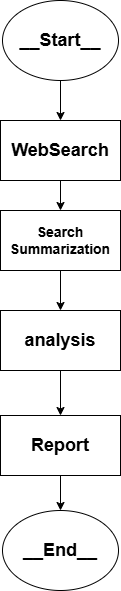
bjh3311/AI-MiniProject keeps this draw.io diagram as GraphDiagram.png. Above is the earlier version. Source tidied: cells renumbered, new cells last; positions are measured from the earlier drawing's top-left corner, leaving out a move shared by most shapes.
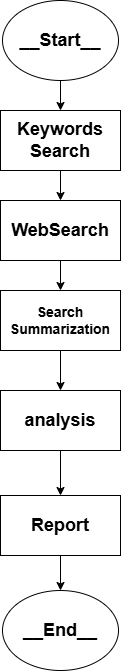
Later version of the same file.

Change to the diagram source:
```diff
@@ -3,11 +3,11 @@
     <mxCell id="0" />
     <mxCell id="1" parent="0" />
     <mxCell id="2" value="&lt;font style=&quot;font-size: 18px;&quot;&gt;&lt;b&gt;__Start__&lt;/b&gt;&lt;/font&gt;" style="ellipse;whiteSpace=wrap;html=1;" parent="1" vertex="1">
-      <mxGeometry x="2" width="116" height="80" as="geometry" />
+      <mxGeometry x="2" y="-80" width="116" height="80" as="geometry" />
     </mxCell>
-    <mxCell id="3" style="endArrow=classic;html=1;rounded=0;exitX=0.5;exitY=1;exitDx=0;exitDy=0;entryX=0.5;entryY=0;entryDx=0;entryDy=0;" parent="1" edge="1" source="2" target="5">
-      <mxGeometry relative="1" as="geometry" />
-    </mxCell>
+    <mxCell id="13" style="endArrow=classic;html=1;rounded=0;entryX=0.5;entryY=0;entryDx=0;entryDy=0;exitX=0.5;exitY=1;exitDx=0;exitDy=0;" parent="1" edge="1" source="15" target="5">
+      <mxGeometry relative="1" as="geometry" />
+    </mxCell>
     <mxCell id="4" style="edgeStyle=orthogonalEdgeStyle;rounded=0;jettySize=auto;html=1;" parent="1" edge="1" source="5" target="6">
       <mxGeometry relative="1" as="geometry" />
     </mxCell>
@@ -23,11 +23,11 @@
     <mxCell id="8" style="endArrow=classic;html=1;rounded=0;exitX=0.5;exitY=1;exitDx=0;exitDy=0;entryX=0.5;entryY=0;entryDx=0;entryDy=0;" parent="1" edge="1" source="6" target="7">
       <mxGeometry relative="1" as="geometry" />
     </mxCell>
-    <mxCell id="9" style="endArrow=classic;html=1;rounded=0;exitX=0.5;exitY=1;exitDx=0;exitDy=0;entryX=0.5;entryY=0;entryDx=0;entryDy=0;" parent="1" edge="1" source="7">
-      <mxGeometry relative="1" as="geometry">
-        <mxPoint x="60" y="415" as="targetPoint" />
-      </mxGeometry>
-    </mxCell>
+    <mxCell id="14" style="endArrow=classic;html=1;rounded=0;exitX=0.5;exitY=1;exitDx=0;exitDy=0;entryX=0.5;entryY=0;entryDx=0;entryDy=0;" parent="1" edge="1" source="7">
+      <mxGeometry relative="1" as="geometry">
+        <mxPoint x="60" y="415" as="targetPoint" />
+      </mxGeometry>
+    </mxCell>
     <mxCell id="10" value="&lt;b style=&quot;&quot;&gt;&lt;font style=&quot;font-size: 18px;&quot;&gt;Report&lt;/font&gt;&lt;/b&gt;" style="rounded=0;whiteSpace=wrap;html=1;" parent="1" vertex="1">
       <mxGeometry y="415" width="120" height="60" as="geometry" />
     </mxCell>
@@ -37,5 +37,11 @@
     <mxCell id="12" style="endArrow=classic;html=1;rounded=0;exitX=0.5;exitY=1;exitDx=0;exitDy=0;entryX=0.5;entryY=0;entryDx=0;entryDy=0;" parent="1" edge="1" source="10" target="11">
       <mxGeometry relative="1" as="geometry" />
     </mxCell>
+    <mxCell id="15" value="&lt;font style=&quot;font-size: 18px;&quot;&gt;&lt;b&gt;Keywords&lt;br&gt;Search&lt;/b&gt;&lt;/font&gt;" style="rounded=0;whiteSpace=wrap;html=1;" parent="1" vertex="1">
+      <mxGeometry y="30" width="120" height="60" as="geometry" />
+    </mxCell>
+    <mxCell id="16" style="endArrow=classic;html=1;rounded=0;entryX=0.5;entryY=0;entryDx=0;entryDy=0;exitX=0.5;exitY=1;exitDx=0;exitDy=0;" parent="1" edge="1" source="2" target="15">
+      <mxGeometry relative="1" as="geometry" />
+    </mxCell>
   </root>
 </mxGraphModel>
```
